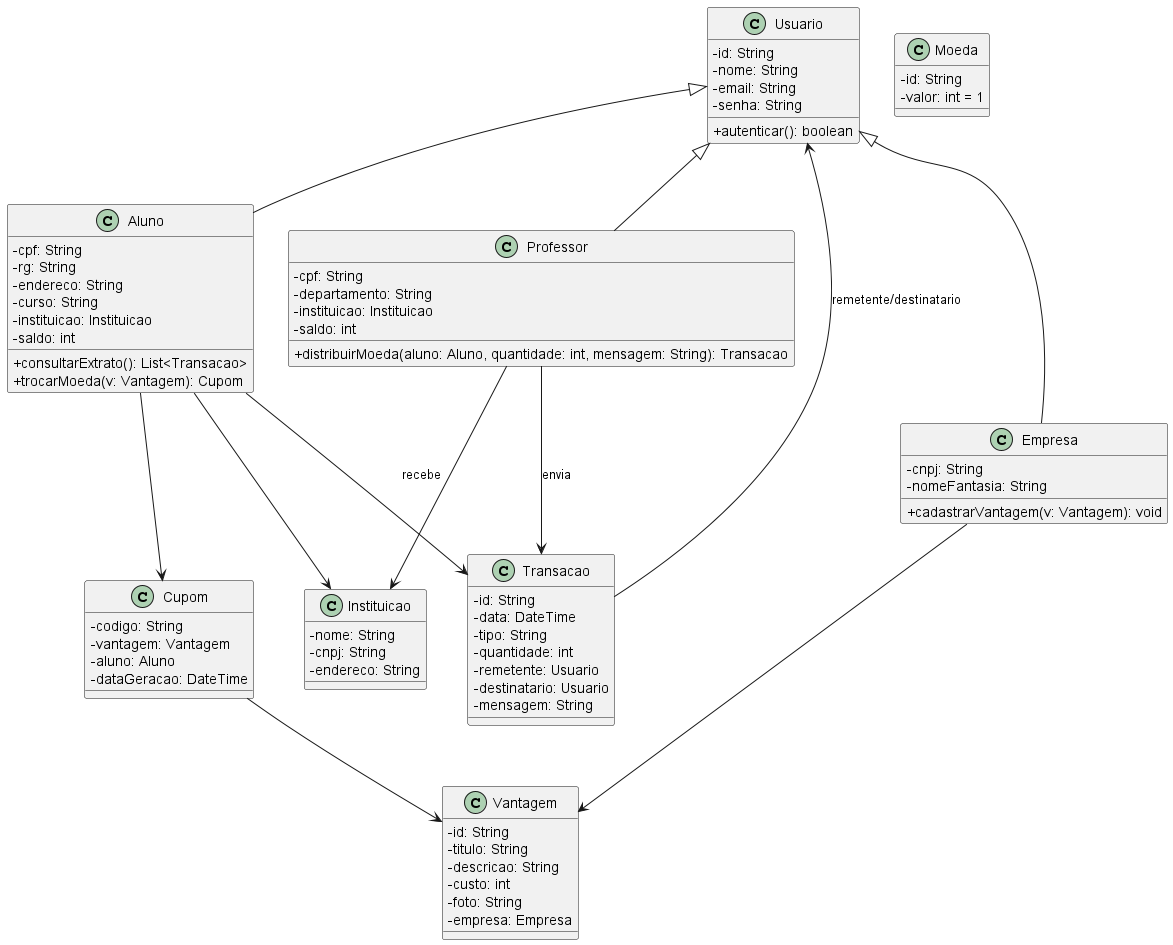
The PlantUML diagram project/img/class.png in hegdt/lds-3, before a commit. Source of this version:
```plantuml
@startuml
skinparam classAttributeIconSize 0

class Usuario {
  - id: String
  - nome: String
  - email: String
  - senha: String
  + autenticar(): boolean
}

class Aluno {
  - cpf: String
  - rg: String
  - endereco: String
  - curso: String
  - instituicao: Instituicao
  - saldo: int
  + consultarExtrato(): List<Transacao>
  + trocarMoeda(v: Vantagem): Cupom
}

class Professor {
  - cpf: String
  - departamento: String
  - instituicao: Instituicao
  - saldo: int
  + distribuirMoeda(aluno: Aluno, quantidade: int, mensagem: String): Transacao
}

class Empresa {
  - cnpj: String
  - nomeFantasia: String
  + cadastrarVantagem(v: Vantagem): void
}

class Instituicao {
  - nome: String
  - cnpj: String
  - endereco: String
}

class Vantagem {
  - id: String
  - titulo: String
  - descricao: String
  - custo: int
  - foto: String
  - empresa: Empresa
}

class Moeda {
  - id: String
  - valor: int = 1
}

class Transacao {
  - id: String
  - data: DateTime
  - tipo: String
  - quantidade: int
  - remetente: Usuario
  - destinatario: Usuario
  - mensagem: String
}

class Cupom {
  - codigo: String
  - vantagem: Vantagem
  - aluno: Aluno
  - dataGeracao: DateTime
}

Usuario <|-- Aluno
Usuario <|-- Professor
Usuario <|-- Empresa

Aluno --> Instituicao
Professor --> Instituicao
Empresa --> Vantagem
Aluno --> Transacao : "recebe"
Professor --> Transacao : "envia"
Transacao --> Usuario : remetente/destinatario
Aluno --> Cupom
Cupom --> Vantagem

@enduml
```
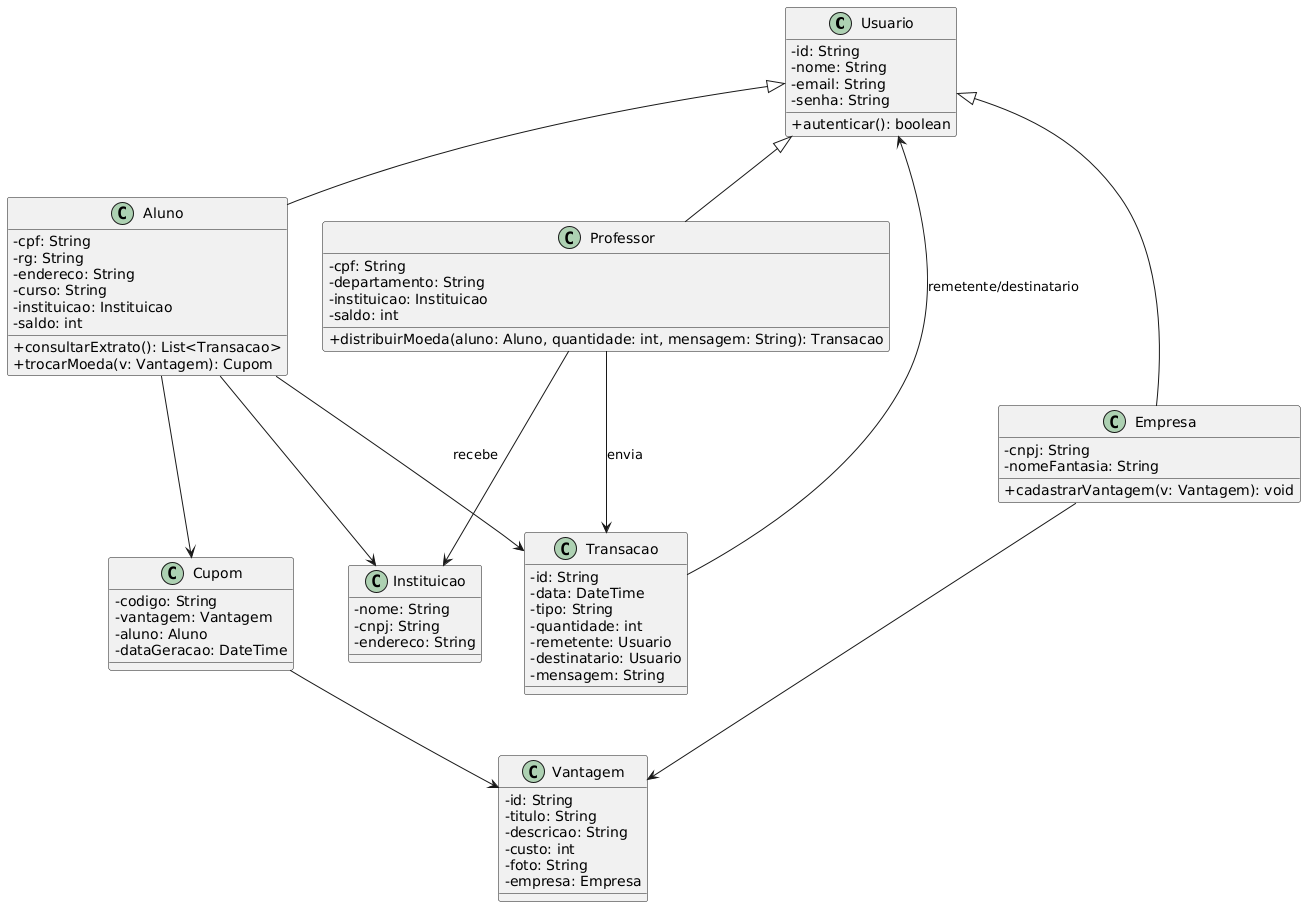
After the change.

Commit message:
update class diagram

Diff of the diagram source:
```diff
@@ -49,10 +49,6 @@
   - empresa: Empresa
 }
 
-class Moeda {
-  - id: String
-  - valor: int = 1
-}
 
 class Transacao {
   - id: String
@@ -83,5 +79,4 @@
 Transacao --> Usuario : remetente/destinatario
 Aluno --> Cupom
 Cupom --> Vantagem
-
 @enduml
```
